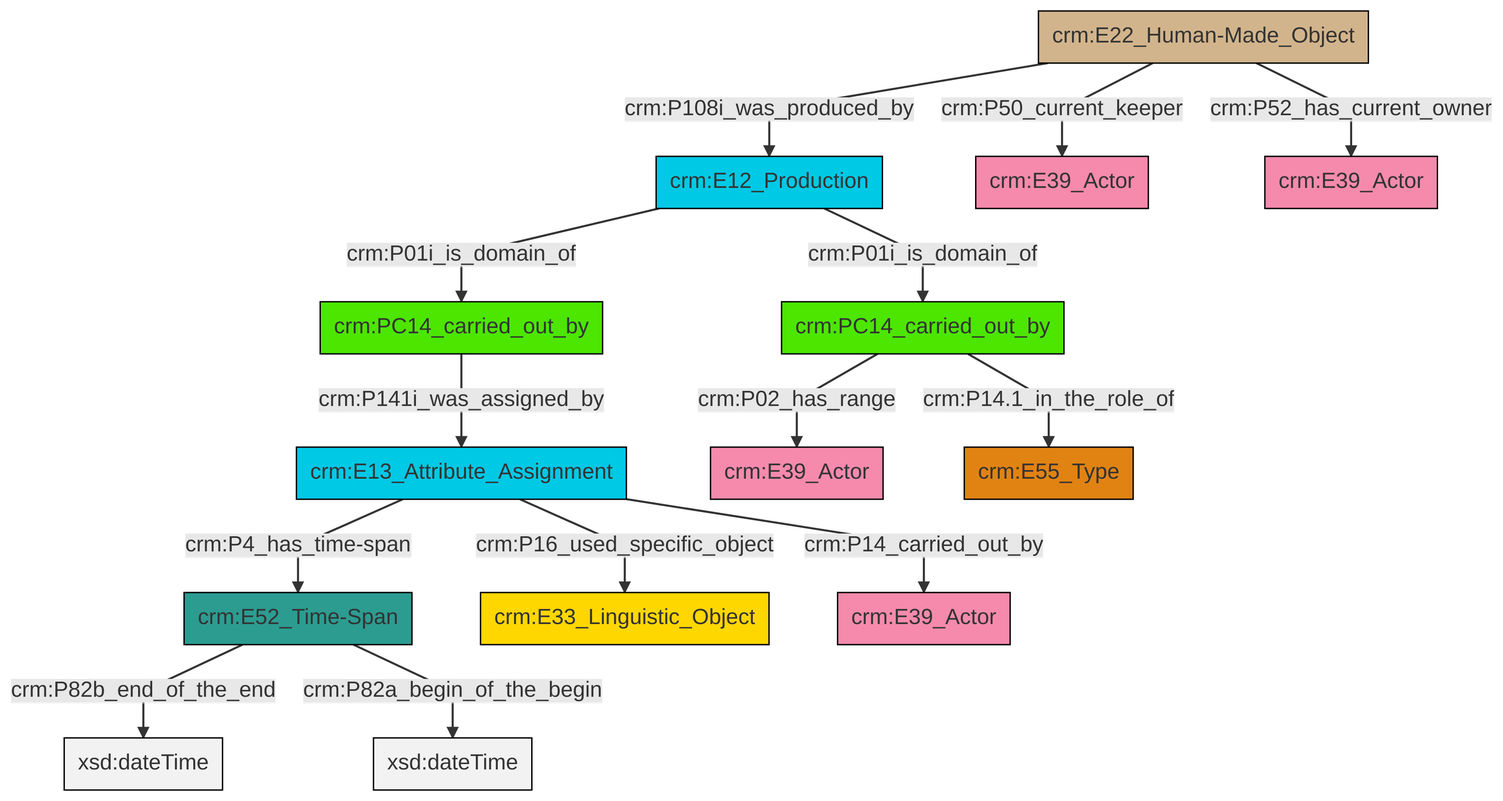
Before: et/carrierCSV/ttl/mmd/png/carrier_relations.png, a diagram exported from Mermaid (swiss-art-research-net/docs.swissartresearch). Its source is kept beside it as et/carrierCSV/ttl/mmd/carrier_relations.ttl.mmd.
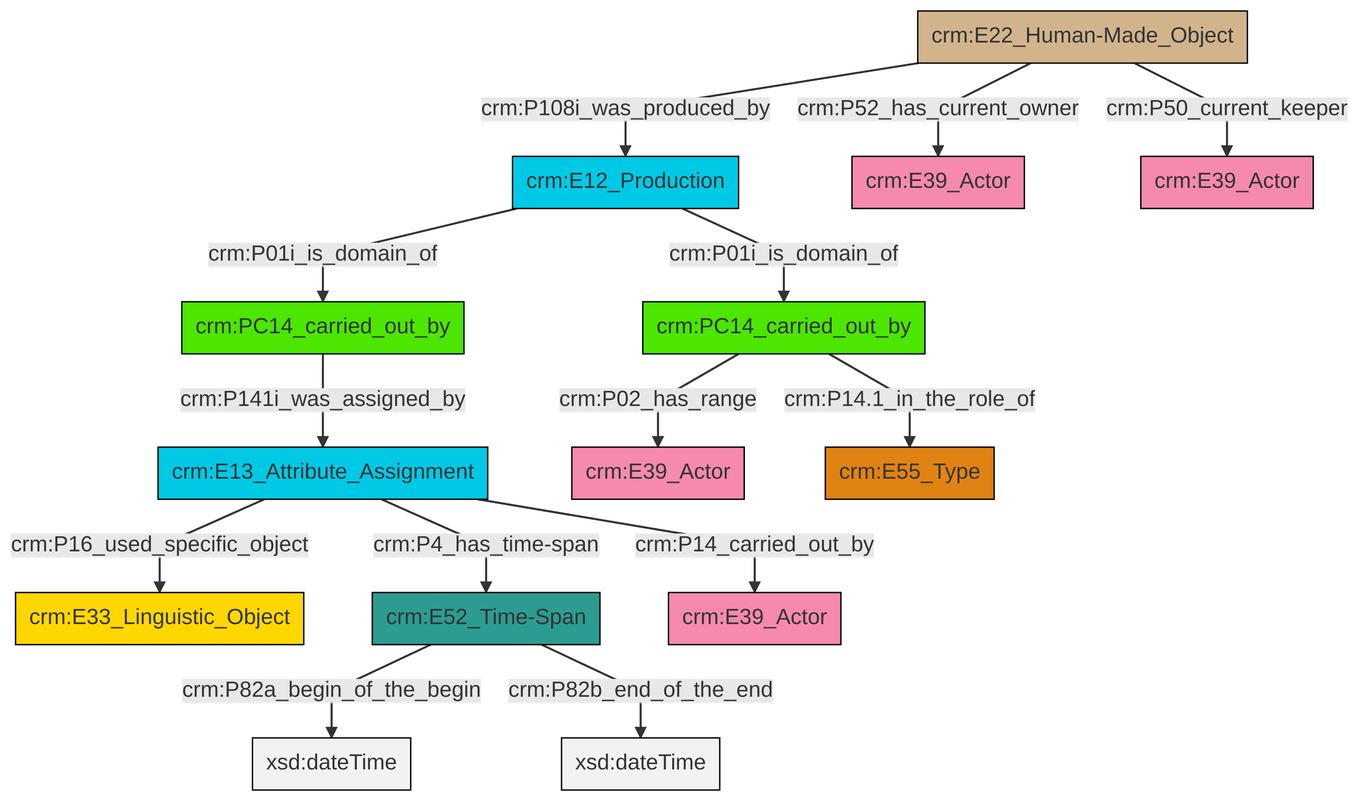
After the commit.

Diff of the diagram source:
```diff
@@ -13,16 +13,16 @@
 classDef PC_Classes fill:#4ce600, stroke:#000000;
 classDef Multi fill:#cccccc,stroke:#000000;
 
-0["crm:E13_Attribute_Assignment"]:::Temporal_Entity -->|crm:P4_has_time-span| 1["crm:E52_Time-Span"]:::Time-Span
-2["crm:E12_Production"]:::Temporal_Entity -->|crm:P01i_is_domain_of| 3["crm:PC14_carried_out_by"]:::PC_Classes
-2["crm:E12_Production"]:::Temporal_Entity -->|crm:P01i_is_domain_of| 6["crm:PC14_carried_out_by"]:::PC_Classes
-7["crm:E22_Human-Made_Object"]:::Physical_Thing -->|crm:P108i_was_produced_by| 2["crm:E12_Production"]:::Temporal_Entity
-0["crm:E13_Attribute_Assignment"]:::Temporal_Entity -->|crm:P16_used_specific_object| 8["crm:E33_Linguistic_Object"]:::Conceptual_Object
-1["crm:E52_Time-Span"]:::Time-Span -->|crm:P82b_end_of_the_end| 14[xsd:dateTime]:::Literal
-7["crm:E22_Human-Made_Object"]:::Physical_Thing -->|crm:P52_has_current_owner| 15["crm:E39_Actor"]:::Actor
-3["crm:PC14_carried_out_by"]:::PC_Classes -->|crm:P14.1_in_the_role_of| 17["crm:E55_Type"]:::Type
-6["crm:PC14_carried_out_by"]:::PC_Classes -->|crm:P141i_was_assigned_by| 0["crm:E13_Attribute_Assignment"]:::Temporal_Entity
-1["crm:E52_Time-Span"]:::Time-Span -->|crm:P82a_begin_of_the_begin| 19[xsd:dateTime]:::Literal
-7["crm:E22_Human-Made_Object"]:::Physical_Thing -->|crm:P50_current_keeper| 4["crm:E39_Actor"]:::Actor
-3["crm:PC14_carried_out_by"]:::PC_Classes -->|crm:P02_has_range| 9["crm:E39_Actor"]:::Actor
-0["crm:E13_Attribute_Assignment"]:::Temporal_Entity -->|crm:P14_carried_out_by| 24["crm:E39_Actor"]:::Actor
+0["crm:PC14_carried_out_by"]:::PC_Classes -->|crm:P02_has_range| 1["crm:E39_Actor"]:::Actor
+2["crm:E22_Human-Made_Object"]:::Physical_Thing -->|crm:P108i_was_produced_by| 3["crm:E12_Production"]:::Temporal_Entity
+4["crm:E13_Attribute_Assignment"]:::Temporal_Entity -->|crm:P16_used_specific_object| 5["crm:E33_Linguistic_Object"]:::Conceptual_Object
+2["crm:E22_Human-Made_Object"]:::Physical_Thing -->|crm:P52_has_current_owner| 14["crm:E39_Actor"]:::Actor
+0["crm:PC14_carried_out_by"]:::PC_Classes -->|crm:P14.1_in_the_role_of| 15["crm:E55_Type"]:::Type
+4["crm:E13_Attribute_Assignment"]:::Temporal_Entity -->|crm:P4_has_time-span| 12["crm:E52_Time-Span"]:::Time-Span
+2["crm:E22_Human-Made_Object"]:::Physical_Thing -->|crm:P50_current_keeper| 18["crm:E39_Actor"]:::Actor
+3["crm:E12_Production"]:::Temporal_Entity -->|crm:P01i_is_domain_of| 10["crm:PC14_carried_out_by"]:::PC_Classes
+12["crm:E52_Time-Span"]:::Time-Span -->|crm:P82a_begin_of_the_begin| 22[xsd:dateTime]:::Literal
+3["crm:E12_Production"]:::Temporal_Entity -->|crm:P01i_is_domain_of| 0["crm:PC14_carried_out_by"]:::PC_Classes
+12["crm:E52_Time-Span"]:::Time-Span -->|crm:P82b_end_of_the_end| 23[xsd:dateTime]:::Literal
+4["crm:E13_Attribute_Assignment"]:::Temporal_Entity -->|crm:P14_carried_out_by| 24["crm:E39_Actor"]:::Actor
+10["crm:PC14_carried_out_by"]:::PC_Classes -->|crm:P141i_was_assigned_by| 4["crm:E13_Attribute_Assignment"]:::Temporal_Entity
```
